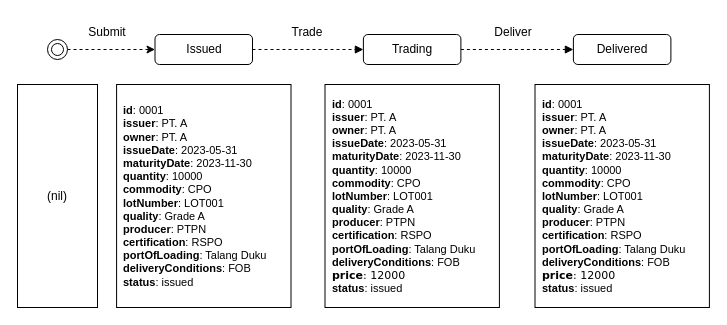
Above: State Smart Contract.drawio in ariesharry/Diagrams (draw.io), before the change. Source tidied: cells renumbered, new cells numbered last; positions are measured from the earlier drawing's top-left corner, leaving out a move shared by most shapes. Both pictures are drawn from the tidied source at 100%, with x=0, y=0 at pixel (17, 17).
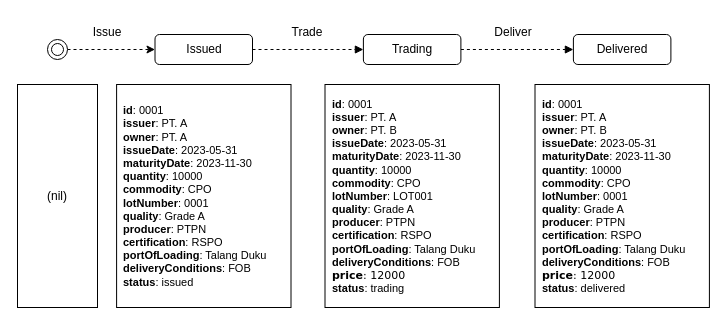
After the change.

What changed in the source:
```diff
@@
 <mxGraphModel>
   <root>
     <mxCell id="0" />
     <mxCell id="1" parent="0" />
     <mxCell id="2" value="Issued" style="rounded=1;whiteSpace=wrap;html=1;" parent="1" vertex="1">
       <mxGeometry x="137.5" y="17" width="97.5" height="30" as="geometry" />
     </mxCell>
     <mxCell id="3" style="edgeStyle=orthogonalEdgeStyle;rounded=0;jettySize=auto;html=1;exitX=1;exitY=0.5;exitDx=0;exitDy=0;entryX=0;entryY=0.5;entryDx=0;entryDy=0;dashed=1;endArrow=block;endFill=1;" parent="1" edge="1" source="2" target="5">
       <mxGeometry relative="1" as="geometry" />
     </mxCell>
     <mxCell id="4" style="edgeStyle=orthogonalEdgeStyle;rounded=0;jettySize=auto;html=1;exitX=1;exitY=0.5;exitDx=0;exitDy=0;dashed=1;endArrow=block;endFill=1;" parent="1" edge="1" source="5" target="6">
       <mxGeometry relative="1" as="geometry" />
     </mxCell>
     <mxCell id="5" value="Trading" style="rounded=1;whiteSpace=wrap;html=1;" parent="1" vertex="1">
       <mxGeometry x="345.9" y="17" width="97.5" height="30" as="geometry" />
     </mxCell>
     <mxCell id="6" value="Delivered" style="rounded=1;whiteSpace=wrap;html=1;" parent="1" vertex="1">
       <mxGeometry x="555.9" y="17" width="97.5" height="30" as="geometry" />
     </mxCell>
     <mxCell id="7" style="edgeStyle=orthogonalEdgeStyle;rounded=0;jettySize=auto;html=1;exitX=1;exitY=0.5;exitDx=0;exitDy=0;dashed=1;" parent="1" edge="1" source="8" target="2">
       <mxGeometry relative="1" as="geometry" />
     </mxCell>
     <mxCell id="8" style="ellipse;shape=doubleEllipse;html=1;dashed=0;whiteSpace=wrap;" parent="1" vertex="1">
       <mxGeometry x="30" y="22" width="20" height="20" as="geometry" />
     </mxCell>
     <mxCell id="9" value="(nil)" style="rounded=0;whiteSpace=wrap;html=1;" parent="1" vertex="1">
       <mxGeometry y="67" width="80" height="223" as="geometry" />
     </mxCell>
-    <mxCell id="10" value="&lt;div style=&quot;font-size: 11px;&quot;&gt;&lt;font face=&quot;Helvetica&quot;&gt;&lt;b&gt;id&lt;/b&gt;: 0001&lt;/font&gt;&lt;/div&gt;&lt;div style=&quot;&quot;&gt;&lt;font face=&quot;Helvetica&quot;&gt;&lt;b&gt;issuer&lt;/b&gt;: PT. A&lt;br&gt;&lt;/font&gt;&lt;/div&gt;&lt;div style=&quot;font-size: 11px;&quot;&gt;&lt;font face=&quot;Helvetica&quot;&gt;&lt;b&gt;owner&lt;/b&gt;: PT. A&lt;/font&gt;&lt;/div&gt;&lt;div style=&quot;font-size: 11px;&quot;&gt;&lt;div&gt;&lt;font face=&quot;Helvetica&quot;&gt;&lt;b&gt;issueDate&lt;/b&gt;: 2023-05-31&lt;/font&gt;&lt;/div&gt;&lt;div&gt;&lt;span style=&quot;background-color: initial;&quot;&gt;&lt;font face=&quot;Helvetica&quot;&gt;&lt;b&gt;maturityDate&lt;/b&gt;: 2023-11-30&lt;/font&gt;&lt;/span&gt;&lt;/div&gt;&lt;div&gt;&lt;font face=&quot;Helvetica&quot;&gt;&lt;b&gt;quantity&lt;/b&gt;: 10000&lt;/font&gt;&lt;/div&gt;&lt;div&gt;&lt;font face=&quot;Helvetica&quot;&gt;&lt;b&gt;commodity&lt;/b&gt;: CPO&lt;/font&gt;&lt;/div&gt;&lt;div&gt;&lt;font face=&quot;Helvetica&quot;&gt;&lt;b&gt;lotNumber&lt;/b&gt;: LOT001&lt;/font&gt;&lt;/div&gt;&lt;div&gt;&lt;font face=&quot;Helvetica&quot;&gt;&lt;b&gt;quality&lt;/b&gt;: Grade A&lt;/font&gt;&lt;/div&gt;&lt;div&gt;&lt;font face=&quot;Helvetica&quot;&gt;&lt;b&gt;producer&lt;/b&gt;: PTPN&lt;/font&gt;&lt;/div&gt;&lt;div&gt;&lt;font face=&quot;Helvetica&quot;&gt;&lt;b&gt;certification&lt;/b&gt;: RSPO&lt;/font&gt;&lt;/div&gt;&lt;div&gt;&lt;font face=&quot;Helvetica&quot;&gt;&lt;b&gt;portOfLoading&lt;/b&gt;: Talang Duku&lt;/font&gt;&lt;/div&gt;&lt;div&gt;&lt;font face=&quot;Helvetica&quot;&gt;&lt;b&gt;deliveryConditions&lt;/b&gt;: FOB&lt;/font&gt;&lt;/div&gt;&lt;div&gt;&lt;font face=&quot;Helvetica&quot;&gt;&lt;b&gt;status&lt;/b&gt;: issued&lt;/font&gt;&lt;/div&gt;&lt;/div&gt;" style="rounded=0;whiteSpace=wrap;html=1;align=left;fontFamily=Verdana;labelBackgroundColor=none;spacingLeft=5;fontSize=11;spacingTop=0;spacing=2;" parent="1" vertex="1">
+    <mxCell id="10" value="&lt;div style=&quot;font-size: 11px;&quot;&gt;&lt;font face=&quot;Helvetica&quot;&gt;&lt;b&gt;id&lt;/b&gt;: 0001&lt;/font&gt;&lt;/div&gt;&lt;div style=&quot;&quot;&gt;&lt;font face=&quot;Helvetica&quot;&gt;&lt;b&gt;issuer&lt;/b&gt;: PT. A&lt;br&gt;&lt;/font&gt;&lt;/div&gt;&lt;div style=&quot;font-size: 11px;&quot;&gt;&lt;font face=&quot;Helvetica&quot;&gt;&lt;b&gt;owner&lt;/b&gt;: PT. A&lt;/font&gt;&lt;/div&gt;&lt;div style=&quot;font-size: 11px;&quot;&gt;&lt;div&gt;&lt;font face=&quot;Helvetica&quot;&gt;&lt;b&gt;issueDate&lt;/b&gt;: 2023-05-31&lt;/font&gt;&lt;/div&gt;&lt;div&gt;&lt;span style=&quot;background-color: initial;&quot;&gt;&lt;font face=&quot;Helvetica&quot;&gt;&lt;b&gt;maturityDate&lt;/b&gt;: 2023-11-30&lt;/font&gt;&lt;/span&gt;&lt;/div&gt;&lt;div&gt;&lt;font face=&quot;Helvetica&quot;&gt;&lt;b&gt;quantity&lt;/b&gt;: 10000&lt;/font&gt;&lt;/div&gt;&lt;div&gt;&lt;font face=&quot;Helvetica&quot;&gt;&lt;b&gt;commodity&lt;/b&gt;: CPO&lt;/font&gt;&lt;/div&gt;&lt;div&gt;&lt;font face=&quot;Helvetica&quot;&gt;&lt;b&gt;lotNumber&lt;/b&gt;: 0001&lt;/font&gt;&lt;/div&gt;&lt;div&gt;&lt;font face=&quot;Helvetica&quot;&gt;&lt;b&gt;quality&lt;/b&gt;: Grade A&lt;/font&gt;&lt;/div&gt;&lt;div&gt;&lt;font face=&quot;Helvetica&quot;&gt;&lt;b&gt;producer&lt;/b&gt;: PTPN&lt;/font&gt;&lt;/div&gt;&lt;div&gt;&lt;font face=&quot;Helvetica&quot;&gt;&lt;b&gt;certification&lt;/b&gt;: RSPO&lt;/font&gt;&lt;/div&gt;&lt;div&gt;&lt;font face=&quot;Helvetica&quot;&gt;&lt;b&gt;portOfLoading&lt;/b&gt;: Talang Duku&lt;/font&gt;&lt;/div&gt;&lt;div&gt;&lt;font face=&quot;Helvetica&quot;&gt;&lt;b&gt;deliveryConditions&lt;/b&gt;: FOB&lt;/font&gt;&lt;/div&gt;&lt;div&gt;&lt;font face=&quot;Helvetica&quot;&gt;&lt;b&gt;status&lt;/b&gt;: issued&lt;/font&gt;&lt;/div&gt;&lt;/div&gt;" style="rounded=0;whiteSpace=wrap;html=1;align=left;fontFamily=Verdana;labelBackgroundColor=none;spacingLeft=5;fontSize=11;spacingTop=0;spacing=2;" parent="1" vertex="1">
       <mxGeometry x="99.1" y="67" width="174.4" height="223" as="geometry" />
     </mxCell>
-    <mxCell id="11" value="&lt;div style=&quot;font-size: 11px;&quot;&gt;&lt;div style=&quot;border-color: var(--border-color);&quot;&gt;&lt;font style=&quot;border-color: var(--border-color);&quot; face=&quot;Helvetica&quot;&gt;&lt;b style=&quot;border-color: var(--border-color);&quot;&gt;id&lt;/b&gt;: 0001&lt;/font&gt;&lt;/div&gt;&lt;div style=&quot;border-color: var(--border-color);&quot;&gt;&lt;font style=&quot;border-color: var(--border-color);&quot; face=&quot;Helvetica&quot;&gt;&lt;b style=&quot;border-color: var(--border-color);&quot;&gt;issuer&lt;/b&gt;: PT. A&lt;br style=&quot;border-color: var(--border-color);&quot;&gt;&lt;/font&gt;&lt;/div&gt;&lt;div style=&quot;border-color: var(--border-color);&quot;&gt;&lt;font style=&quot;border-color: var(--border-color);&quot; face=&quot;Helvetica&quot;&gt;&lt;b style=&quot;border-color: var(--border-color);&quot;&gt;owner&lt;/b&gt;: PT. A&lt;/font&gt;&lt;/div&gt;&lt;div style=&quot;border-color: var(--border-color);&quot;&gt;&lt;div style=&quot;border-color: var(--border-color);&quot;&gt;&lt;font style=&quot;border-color: var(--border-color);&quot; face=&quot;Helvetica&quot;&gt;&lt;b style=&quot;border-color: var(--border-color);&quot;&gt;issueDate&lt;/b&gt;: 2023-05-31&lt;/font&gt;&lt;/div&gt;&lt;div style=&quot;border-color: var(--border-color);&quot;&gt;&lt;font style=&quot;border-color: var(--border-color);&quot; face=&quot;Helvetica&quot;&gt;&lt;b style=&quot;border-color: var(--border-color);&quot;&gt;maturityDate&lt;/b&gt;: 2023-11-30&lt;/font&gt;&lt;/div&gt;&lt;div style=&quot;border-color: var(--border-color);&quot;&gt;&lt;font style=&quot;border-color: var(--border-color);&quot; face=&quot;Helvetica&quot;&gt;&lt;b style=&quot;border-color: var(--border-color);&quot;&gt;quantity&lt;/b&gt;: 10000&lt;/font&gt;&lt;/div&gt;&lt;div style=&quot;border-color: var(--border-color);&quot;&gt;&lt;font style=&quot;border-color: var(--border-color);&quot; face=&quot;Helvetica&quot;&gt;&lt;b style=&quot;border-color: var(--border-color);&quot;&gt;commodity&lt;/b&gt;: CPO&lt;/font&gt;&lt;/div&gt;&lt;div style=&quot;border-color: var(--border-color);&quot;&gt;&lt;font style=&quot;border-color: var(--border-color);&quot; face=&quot;Helvetica&quot;&gt;&lt;b style=&quot;border-color: var(--border-color);&quot;&gt;lotNumber&lt;/b&gt;: LOT001&lt;/font&gt;&lt;/div&gt;&lt;div style=&quot;border-color: var(--border-color);&quot;&gt;&lt;font style=&quot;border-color: var(--border-color);&quot; face=&quot;Helvetica&quot;&gt;&lt;b style=&quot;border-color: var(--border-color);&quot;&gt;quality&lt;/b&gt;: Grade A&lt;/font&gt;&lt;/div&gt;&lt;div style=&quot;border-color: var(--border-color);&quot;&gt;&lt;font style=&quot;border-color: var(--border-color);&quot; face=&quot;Helvetica&quot;&gt;&lt;b style=&quot;border-color: var(--border-color);&quot;&gt;producer&lt;/b&gt;: PTPN&lt;/font&gt;&lt;/div&gt;&lt;div style=&quot;border-color: var(--border-color);&quot;&gt;&lt;font style=&quot;border-color: var(--border-color);&quot; face=&quot;Helvetica&quot;&gt;&lt;b style=&quot;border-color: var(--border-color);&quot;&gt;certification&lt;/b&gt;: RSPO&lt;/font&gt;&lt;/div&gt;&lt;div style=&quot;border-color: var(--border-color);&quot;&gt;&lt;font style=&quot;border-color: var(--border-color);&quot; face=&quot;Helvetica&quot;&gt;&lt;b style=&quot;border-color: var(--border-color);&quot;&gt;portOfLoading&lt;/b&gt;: Talang Duku&lt;/font&gt;&lt;/div&gt;&lt;div style=&quot;border-color: var(--border-color);&quot;&gt;&lt;font style=&quot;border-color: var(--border-color);&quot; face=&quot;Helvetica&quot;&gt;&lt;b style=&quot;border-color: var(--border-color);&quot;&gt;deliveryConditions&lt;/b&gt;: FOB&lt;/font&gt;&lt;/div&gt;&lt;div style=&quot;border-color: var(--border-color);&quot;&gt;&lt;b&gt;price&lt;/b&gt;: 12000&lt;/div&gt;&lt;div style=&quot;border-color: var(--border-color);&quot;&gt;&lt;font style=&quot;border-color: var(--border-color);&quot; face=&quot;Helvetica&quot;&gt;&lt;b style=&quot;border-color: var(--border-color);&quot;&gt;status&lt;/b&gt;: issued&lt;/font&gt;&lt;/div&gt;&lt;/div&gt;&lt;/div&gt;" style="rounded=0;whiteSpace=wrap;html=1;align=left;fontFamily=Verdana;labelBackgroundColor=none;spacingLeft=5;fontSize=11;" parent="1" vertex="1">
+    <mxCell id="11" value="&lt;div style=&quot;font-size: 11px;&quot;&gt;&lt;div style=&quot;border-color: var(--border-color);&quot;&gt;&lt;font style=&quot;border-color: var(--border-color);&quot; face=&quot;Helvetica&quot;&gt;&lt;b style=&quot;border-color: var(--border-color);&quot;&gt;id&lt;/b&gt;: 0001&lt;/font&gt;&lt;/div&gt;&lt;div style=&quot;border-color: var(--border-color);&quot;&gt;&lt;font style=&quot;border-color: var(--border-color);&quot; face=&quot;Helvetica&quot;&gt;&lt;b style=&quot;border-color: var(--border-color);&quot;&gt;issuer&lt;/b&gt;: PT. A&lt;br style=&quot;border-color: var(--border-color);&quot;&gt;&lt;/font&gt;&lt;/div&gt;&lt;div style=&quot;border-color: var(--border-color);&quot;&gt;&lt;font style=&quot;border-color: var(--border-color);&quot; face=&quot;Helvetica&quot;&gt;&lt;b style=&quot;border-color: var(--border-color);&quot;&gt;owner&lt;/b&gt;: PT. B&lt;/font&gt;&lt;/div&gt;&lt;div style=&quot;border-color: var(--border-color);&quot;&gt;&lt;div style=&quot;border-color: var(--border-color);&quot;&gt;&lt;font style=&quot;border-color: var(--border-color);&quot; face=&quot;Helvetica&quot;&gt;&lt;b style=&quot;border-color: var(--border-color);&quot;&gt;issueDate&lt;/b&gt;: 2023-05-31&lt;/font&gt;&lt;/div&gt;&lt;div style=&quot;border-color: var(--border-color);&quot;&gt;&lt;font style=&quot;border-color: var(--border-color);&quot; face=&quot;Helvetica&quot;&gt;&lt;b style=&quot;border-color: var(--border-color);&quot;&gt;maturityDate&lt;/b&gt;: 2023-11-30&lt;/font&gt;&lt;/div&gt;&lt;div style=&quot;border-color: var(--border-color);&quot;&gt;&lt;font style=&quot;border-color: var(--border-color);&quot; face=&quot;Helvetica&quot;&gt;&lt;b style=&quot;border-color: var(--border-color);&quot;&gt;quantity&lt;/b&gt;: 10000&lt;/font&gt;&lt;/div&gt;&lt;div style=&quot;border-color: var(--border-color);&quot;&gt;&lt;font style=&quot;border-color: var(--border-color);&quot; face=&quot;Helvetica&quot;&gt;&lt;b style=&quot;border-color: var(--border-color);&quot;&gt;commodity&lt;/b&gt;: CPO&lt;/font&gt;&lt;/div&gt;&lt;div style=&quot;border-color: var(--border-color);&quot;&gt;&lt;font style=&quot;border-color: var(--border-color);&quot; face=&quot;Helvetica&quot;&gt;&lt;b style=&quot;border-color: var(--border-color);&quot;&gt;lotNumber&lt;/b&gt;: LOT001&lt;/font&gt;&lt;/div&gt;&lt;div style=&quot;border-color: var(--border-color);&quot;&gt;&lt;font style=&quot;border-color: var(--border-color);&quot; face=&quot;Helvetica&quot;&gt;&lt;b style=&quot;border-color: var(--border-color);&quot;&gt;quality&lt;/b&gt;: Grade A&lt;/font&gt;&lt;/div&gt;&lt;div style=&quot;border-color: var(--border-color);&quot;&gt;&lt;font style=&quot;border-color: var(--border-color);&quot; face=&quot;Helvetica&quot;&gt;&lt;b style=&quot;border-color: var(--border-color);&quot;&gt;producer&lt;/b&gt;: PTPN&lt;/font&gt;&lt;/div&gt;&lt;div style=&quot;border-color: var(--border-color);&quot;&gt;&lt;font style=&quot;border-color: var(--border-color);&quot; face=&quot;Helvetica&quot;&gt;&lt;b style=&quot;border-color: var(--border-color);&quot;&gt;certification&lt;/b&gt;: RSPO&lt;/font&gt;&lt;/div&gt;&lt;div style=&quot;border-color: var(--border-color);&quot;&gt;&lt;font style=&quot;border-color: var(--border-color);&quot; face=&quot;Helvetica&quot;&gt;&lt;b style=&quot;border-color: var(--border-color);&quot;&gt;portOfLoading&lt;/b&gt;: Talang Duku&lt;/font&gt;&lt;/div&gt;&lt;div style=&quot;border-color: var(--border-color);&quot;&gt;&lt;font style=&quot;border-color: var(--border-color);&quot; face=&quot;Helvetica&quot;&gt;&lt;b style=&quot;border-color: var(--border-color);&quot;&gt;deliveryConditions&lt;/b&gt;: FOB&lt;/font&gt;&lt;/div&gt;&lt;div style=&quot;border-color: var(--border-color);&quot;&gt;&lt;b&gt;price&lt;/b&gt;: 12000&lt;/div&gt;&lt;div style=&quot;border-color: var(--border-color);&quot;&gt;&lt;font style=&quot;border-color: var(--border-color);&quot; face=&quot;Helvetica&quot;&gt;&lt;b style=&quot;border-color: var(--border-color);&quot;&gt;status&lt;/b&gt;: trading&lt;/font&gt;&lt;/div&gt;&lt;/div&gt;&lt;/div&gt;" style="rounded=0;whiteSpace=wrap;html=1;align=left;fontFamily=Verdana;labelBackgroundColor=none;spacingLeft=5;fontSize=11;" parent="1" vertex="1">
       <mxGeometry x="307.5" y="67" width="174.4" height="223" as="geometry" />
     </mxCell>
-    <mxCell id="12" value="&lt;div style=&quot;font-size: 11px;&quot;&gt;&lt;div style=&quot;border-color: var(--border-color);&quot;&gt;&lt;div style=&quot;border-color: var(--border-color);&quot;&gt;&lt;font style=&quot;border-color: var(--border-color);&quot; face=&quot;Helvetica&quot;&gt;&lt;b style=&quot;border-color: var(--border-color);&quot;&gt;id&lt;/b&gt;: 0001&lt;/font&gt;&lt;/div&gt;&lt;div style=&quot;border-color: var(--border-color);&quot;&gt;&lt;font style=&quot;border-color: var(--border-color);&quot; face=&quot;Helvetica&quot;&gt;&lt;b style=&quot;border-color: var(--border-color);&quot;&gt;issuer&lt;/b&gt;: PT. A&lt;br style=&quot;border-color: var(--border-color);&quot;&gt;&lt;/font&gt;&lt;/div&gt;&lt;div style=&quot;border-color: var(--border-color);&quot;&gt;&lt;font style=&quot;border-color: var(--border-color);&quot; face=&quot;Helvetica&quot;&gt;&lt;b style=&quot;border-color: var(--border-color);&quot;&gt;owner&lt;/b&gt;: PT. A&lt;/font&gt;&lt;/div&gt;&lt;div style=&quot;border-color: var(--border-color);&quot;&gt;&lt;div style=&quot;border-color: var(--border-color);&quot;&gt;&lt;font style=&quot;border-color: var(--border-color);&quot; face=&quot;Helvetica&quot;&gt;&lt;b style=&quot;border-color: var(--border-color);&quot;&gt;issueDate&lt;/b&gt;: 2023-05-31&lt;/font&gt;&lt;/div&gt;&lt;div style=&quot;border-color: var(--border-color);&quot;&gt;&lt;font style=&quot;border-color: var(--border-color);&quot; face=&quot;Helvetica&quot;&gt;&lt;b style=&quot;border-color: var(--border-color);&quot;&gt;maturityDate&lt;/b&gt;: 2023-11-30&lt;/font&gt;&lt;/div&gt;&lt;div style=&quot;border-color: var(--border-color);&quot;&gt;&lt;font style=&quot;border-color: var(--border-color);&quot; face=&quot;Helvetica&quot;&gt;&lt;b style=&quot;border-color: var(--border-color);&quot;&gt;quantity&lt;/b&gt;: 10000&lt;/font&gt;&lt;/div&gt;&lt;div style=&quot;border-color: var(--border-color);&quot;&gt;&lt;font style=&quot;border-color: var(--border-color);&quot; face=&quot;Helvetica&quot;&gt;&lt;b style=&quot;border-color: var(--border-color);&quot;&gt;commodity&lt;/b&gt;: CPO&lt;/font&gt;&lt;/div&gt;&lt;div style=&quot;border-color: var(--border-color);&quot;&gt;&lt;font style=&quot;border-color: var(--border-color);&quot; face=&quot;Helvetica&quot;&gt;&lt;b style=&quot;border-color: var(--border-color);&quot;&gt;lotNumber&lt;/b&gt;: LOT001&lt;/font&gt;&lt;/div&gt;&lt;div style=&quot;border-color: var(--border-color);&quot;&gt;&lt;font style=&quot;border-color: var(--border-color);&quot; face=&quot;Helvetica&quot;&gt;&lt;b style=&quot;border-color: var(--border-color);&quot;&gt;quality&lt;/b&gt;: Grade A&lt;/font&gt;&lt;/div&gt;&lt;div style=&quot;border-color: var(--border-color);&quot;&gt;&lt;font style=&quot;border-color: var(--border-color);&quot; face=&quot;Helvetica&quot;&gt;&lt;b style=&quot;border-color: var(--border-color);&quot;&gt;producer&lt;/b&gt;: PTPN&lt;/font&gt;&lt;/div&gt;&lt;div style=&quot;border-color: var(--border-color);&quot;&gt;&lt;font style=&quot;border-color: var(--border-color);&quot; face=&quot;Helvetica&quot;&gt;&lt;b style=&quot;border-color: var(--border-color);&quot;&gt;certification&lt;/b&gt;: RSPO&lt;/font&gt;&lt;/div&gt;&lt;div style=&quot;border-color: var(--border-color);&quot;&gt;&lt;font style=&quot;border-color: var(--border-color);&quot; face=&quot;Helvetica&quot;&gt;&lt;b style=&quot;border-color: var(--border-color);&quot;&gt;portOfLoading&lt;/b&gt;: Talang Duku&lt;/font&gt;&lt;/div&gt;&lt;div style=&quot;border-color: var(--border-color);&quot;&gt;&lt;font style=&quot;border-color: var(--border-color);&quot; face=&quot;Helvetica&quot;&gt;&lt;b style=&quot;border-color: var(--border-color);&quot;&gt;deliveryConditions&lt;/b&gt;: FOB&lt;/font&gt;&lt;/div&gt;&lt;div style=&quot;border-color: var(--border-color);&quot;&gt;&lt;b style=&quot;border-color: var(--border-color);&quot;&gt;price&lt;/b&gt;: 12000&lt;/div&gt;&lt;div style=&quot;border-color: var(--border-color);&quot;&gt;&lt;font style=&quot;border-color: var(--border-color);&quot; face=&quot;Helvetica&quot;&gt;&lt;b style=&quot;border-color: var(--border-color);&quot;&gt;status&lt;/b&gt;: issued&lt;/font&gt;&lt;/div&gt;&lt;/div&gt;&lt;/div&gt;&lt;/div&gt;" style="rounded=0;whiteSpace=wrap;html=1;align=left;fontFamily=Verdana;labelBackgroundColor=none;spacingLeft=5;fontSize=11;" parent="1" vertex="1">
+    <mxCell id="12" value="&lt;div style=&quot;font-size: 11px;&quot;&gt;&lt;div style=&quot;border-color: var(--border-color);&quot;&gt;&lt;div style=&quot;border-color: var(--border-color);&quot;&gt;&lt;font style=&quot;border-color: var(--border-color);&quot; face=&quot;Helvetica&quot;&gt;&lt;b style=&quot;border-color: var(--border-color);&quot;&gt;id&lt;/b&gt;: 0001&lt;/font&gt;&lt;/div&gt;&lt;div style=&quot;border-color: var(--border-color);&quot;&gt;&lt;font style=&quot;border-color: var(--border-color);&quot; face=&quot;Helvetica&quot;&gt;&lt;b style=&quot;border-color: var(--border-color);&quot;&gt;issuer&lt;/b&gt;: PT. A&lt;br style=&quot;border-color: var(--border-color);&quot;&gt;&lt;/font&gt;&lt;/div&gt;&lt;div style=&quot;border-color: var(--border-color);&quot;&gt;&lt;font style=&quot;border-color: var(--border-color);&quot; face=&quot;Helvetica&quot;&gt;&lt;b style=&quot;border-color: var(--border-color);&quot;&gt;owner&lt;/b&gt;: PT. B&lt;/font&gt;&lt;/div&gt;&lt;div style=&quot;border-color: var(--border-color);&quot;&gt;&lt;div style=&quot;border-color: var(--border-color);&quot;&gt;&lt;font style=&quot;border-color: var(--border-color);&quot; face=&quot;Helvetica&quot;&gt;&lt;b style=&quot;border-color: var(--border-color);&quot;&gt;issueDate&lt;/b&gt;: 2023-05-31&lt;/font&gt;&lt;/div&gt;&lt;div style=&quot;border-color: var(--border-color);&quot;&gt;&lt;font style=&quot;border-color: var(--border-color);&quot; face=&quot;Helvetica&quot;&gt;&lt;b style=&quot;border-color: var(--border-color);&quot;&gt;maturityDate&lt;/b&gt;: 2023-11-30&lt;/font&gt;&lt;/div&gt;&lt;div style=&quot;border-color: var(--border-color);&quot;&gt;&lt;font style=&quot;border-color: var(--border-color);&quot; face=&quot;Helvetica&quot;&gt;&lt;b style=&quot;border-color: var(--border-color);&quot;&gt;quantity&lt;/b&gt;: 10000&lt;/font&gt;&lt;/div&gt;&lt;div style=&quot;border-color: var(--border-color);&quot;&gt;&lt;font style=&quot;border-color: var(--border-color);&quot; face=&quot;Helvetica&quot;&gt;&lt;b style=&quot;border-color: var(--border-color);&quot;&gt;commodity&lt;/b&gt;: CPO&lt;/font&gt;&lt;/div&gt;&lt;div style=&quot;border-color: var(--border-color);&quot;&gt;&lt;font style=&quot;border-color: var(--border-color);&quot; face=&quot;Helvetica&quot;&gt;&lt;b style=&quot;border-color: var(--border-color);&quot;&gt;lotNumber&lt;/b&gt;: 0001&lt;/font&gt;&lt;/div&gt;&lt;div style=&quot;border-color: var(--border-color);&quot;&gt;&lt;font style=&quot;border-color: var(--border-color);&quot; face=&quot;Helvetica&quot;&gt;&lt;b style=&quot;border-color: var(--border-color);&quot;&gt;quality&lt;/b&gt;: Grade A&lt;/font&gt;&lt;/div&gt;&lt;div style=&quot;border-color: var(--border-color);&quot;&gt;&lt;font style=&quot;border-color: var(--border-color);&quot; face=&quot;Helvetica&quot;&gt;&lt;b style=&quot;border-color: var(--border-color);&quot;&gt;producer&lt;/b&gt;: PTPN&lt;/font&gt;&lt;/div&gt;&lt;div style=&quot;border-color: var(--border-color);&quot;&gt;&lt;font style=&quot;border-color: var(--border-color);&quot; face=&quot;Helvetica&quot;&gt;&lt;b style=&quot;border-color: var(--border-color);&quot;&gt;certification&lt;/b&gt;: RSPO&lt;/font&gt;&lt;/div&gt;&lt;div style=&quot;border-color: var(--border-color);&quot;&gt;&lt;font style=&quot;border-color: var(--border-color);&quot; face=&quot;Helvetica&quot;&gt;&lt;b style=&quot;border-color: var(--border-color);&quot;&gt;portOfLoading&lt;/b&gt;: Talang Duku&lt;/font&gt;&lt;/div&gt;&lt;div style=&quot;border-color: var(--border-color);&quot;&gt;&lt;font style=&quot;border-color: var(--border-color);&quot; face=&quot;Helvetica&quot;&gt;&lt;b style=&quot;border-color: var(--border-color);&quot;&gt;deliveryConditions&lt;/b&gt;: FOB&lt;/font&gt;&lt;/div&gt;&lt;div style=&quot;border-color: var(--border-color);&quot;&gt;&lt;b style=&quot;border-color: var(--border-color);&quot;&gt;price&lt;/b&gt;: 12000&lt;/div&gt;&lt;div style=&quot;border-color: var(--border-color);&quot;&gt;&lt;font style=&quot;border-color: var(--border-color);&quot; face=&quot;Helvetica&quot;&gt;&lt;b style=&quot;border-color: var(--border-color);&quot;&gt;status&lt;/b&gt;: delivered&lt;/font&gt;&lt;/div&gt;&lt;/div&gt;&lt;/div&gt;&lt;/div&gt;" style="rounded=0;whiteSpace=wrap;html=1;align=left;fontFamily=Verdana;labelBackgroundColor=none;spacingLeft=5;fontSize=11;" parent="1" vertex="1">
       <mxGeometry x="517.5" y="67" width="174.4" height="223" as="geometry" />
     </mxCell>
-    <mxCell id="13" value="Submit" style="text;html=1;strokeColor=none;fillColor=none;align=center;verticalAlign=middle;whiteSpace=wrap;rounded=0;" parent="1" vertex="1">
+    <mxCell id="13" value="Issue" style="text;html=1;strokeColor=none;fillColor=none;align=center;verticalAlign=middle;whiteSpace=wrap;rounded=0;" parent="1" vertex="1">
       <mxGeometry x="60" width="60" height="30" as="geometry" />
     </mxCell>
     <mxCell id="14" value="Deliver" style="text;html=1;strokeColor=none;fillColor=none;align=center;verticalAlign=middle;whiteSpace=wrap;rounded=0;" parent="1" vertex="1">
       <mxGeometry x="465.9" width="60" height="30" as="geometry" />
     </mxCell>
     <mxCell id="15" value="Trade" style="text;html=1;strokeColor=none;fillColor=none;align=center;verticalAlign=middle;whiteSpace=wrap;rounded=0;" parent="1" vertex="1">
       <mxGeometry x="260" width="60" height="30" as="geometry" />
     </mxCell>
   </root>
 </mxGraphModel>
```
